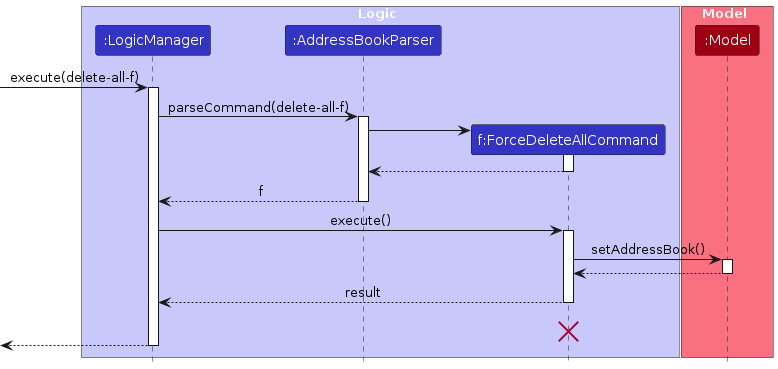
The PlantUML diagram diagrams/ForceDeleteAllSequenceDiagram-Logic.png in AY2324S2-CS2103T-T14-2/tp, before a commit. Its source is kept beside it as diagrams/ForceDeleteAllSequenceDiagram-Logic.puml. Source of this version:
```plantuml
@startuml
!include style.puml
skinparam ArrowFontStyle plain

box Logic LOGIC_COLOR_T1
participant ":LogicManager" as LogicManager LOGIC_COLOR
participant ":AddressBookParser" as AddressBookParser LOGIC_COLOR
participant "f:ForceDeleteAllCommand" as ForceDeleteAllCommand LOGIC_COLOR
end box

box Model MODEL_COLOR_T1
participant ":Model" as Model MODEL_COLOR
end box
[-> LogicManager : execute(delete-all-f)
activate LogicManager

LogicManager -> AddressBookParser : parseCommand(delete-all-f)
activate AddressBookParser

create ForceDeleteAllCommand
AddressBookParser -> ForceDeleteAllCommand
activate ForceDeleteAllCommand

ForceDeleteAllCommand --> AddressBookParser
deactivate ForceDeleteAllCommand

AddressBookParser --> LogicManager : f
deactivate AddressBookParser

LogicManager -> ForceDeleteAllCommand : execute()
activate ForceDeleteAllCommand

ForceDeleteAllCommand -> Model : setAddressBook()
activate Model

Model --> ForceDeleteAllCommand
deactivate Model

ForceDeleteAllCommand --> LogicManager : result
deactivate ForceDeleteAllCommand
ForceDeleteAllCommand -[hidden]-> LogicManager : result
destroy ForceDeleteAllCommand

[<--LogicManager
deactivate LogicManager
@enduml
```
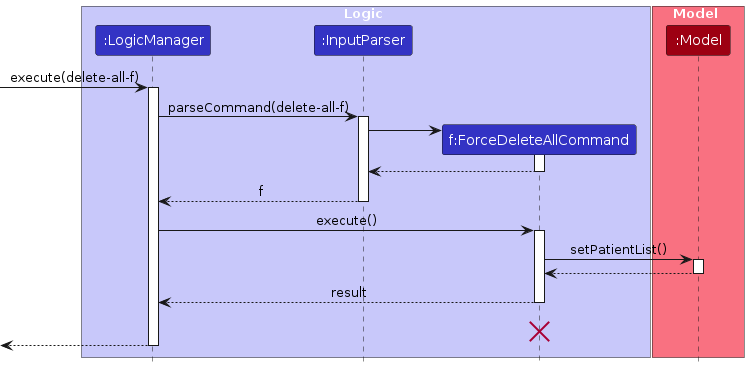
The same file after the commit.

What changed in the source:
```diff
@@ -4,7 +4,7 @@
 
 box Logic LOGIC_COLOR_T1
 participant ":LogicManager" as LogicManager LOGIC_COLOR
-participant ":AddressBookParser" as AddressBookParser LOGIC_COLOR
+participant ":InputParser" as InputParser LOGIC_COLOR
 participant "f:ForceDeleteAllCommand" as ForceDeleteAllCommand LOGIC_COLOR
 end box
 
@@ -14,23 +14,23 @@
 [-> LogicManager : execute(delete-all-f)
 activate LogicManager
 
-LogicManager -> AddressBookParser : parseCommand(delete-all-f)
-activate AddressBookParser
+LogicManager -> InputParser : parseCommand(delete-all-f)
+activate InputParser
 
 create ForceDeleteAllCommand
-AddressBookParser -> ForceDeleteAllCommand
+InputParser -> ForceDeleteAllCommand
 activate ForceDeleteAllCommand
 
-ForceDeleteAllCommand --> AddressBookParser
+ForceDeleteAllCommand --> InputParser
 deactivate ForceDeleteAllCommand
 
-AddressBookParser --> LogicManager : f
-deactivate AddressBookParser
+InputParser --> LogicManager : f
+deactivate InputParser
 
 LogicManager -> ForceDeleteAllCommand : execute()
 activate ForceDeleteAllCommand
 
-ForceDeleteAllCommand -> Model : setAddressBook()
+ForceDeleteAllCommand -> Model : setPatientList()
 activate Model
 
 Model --> ForceDeleteAllCommand
```
